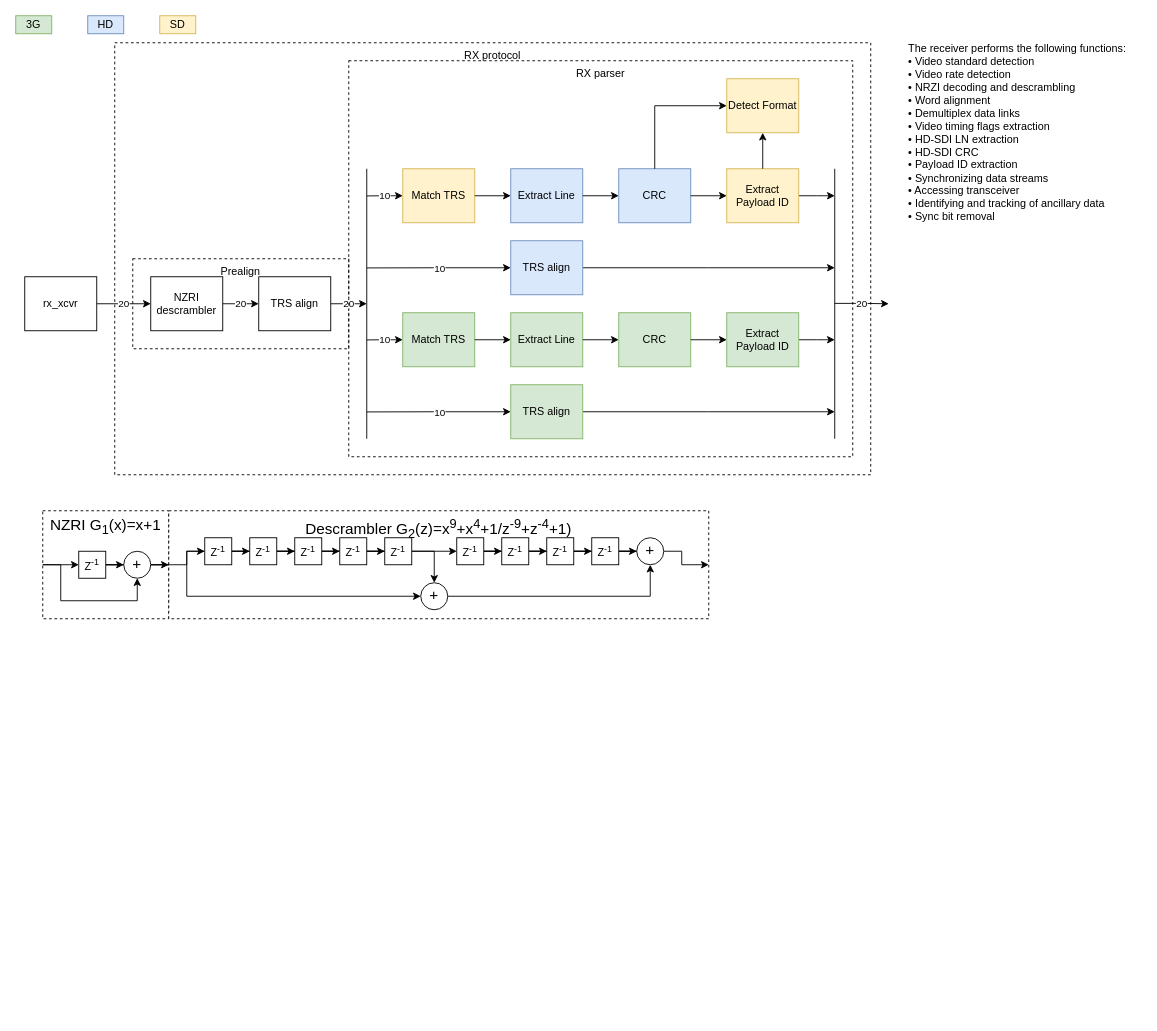
GedSid/SDI keeps this draw.io diagram as page "rx" (2 of 4) of doc/SDI.drawio. Above is the earlier version. Source tidied: cells renumbered, new cells numbered last; positions are measured from the earlier drawing's top-left corner, leaving out a move shared by most shapes. Both pictures are drawn from the tidied source at 90%, with x=0, y=0 at pixel (15, 15).
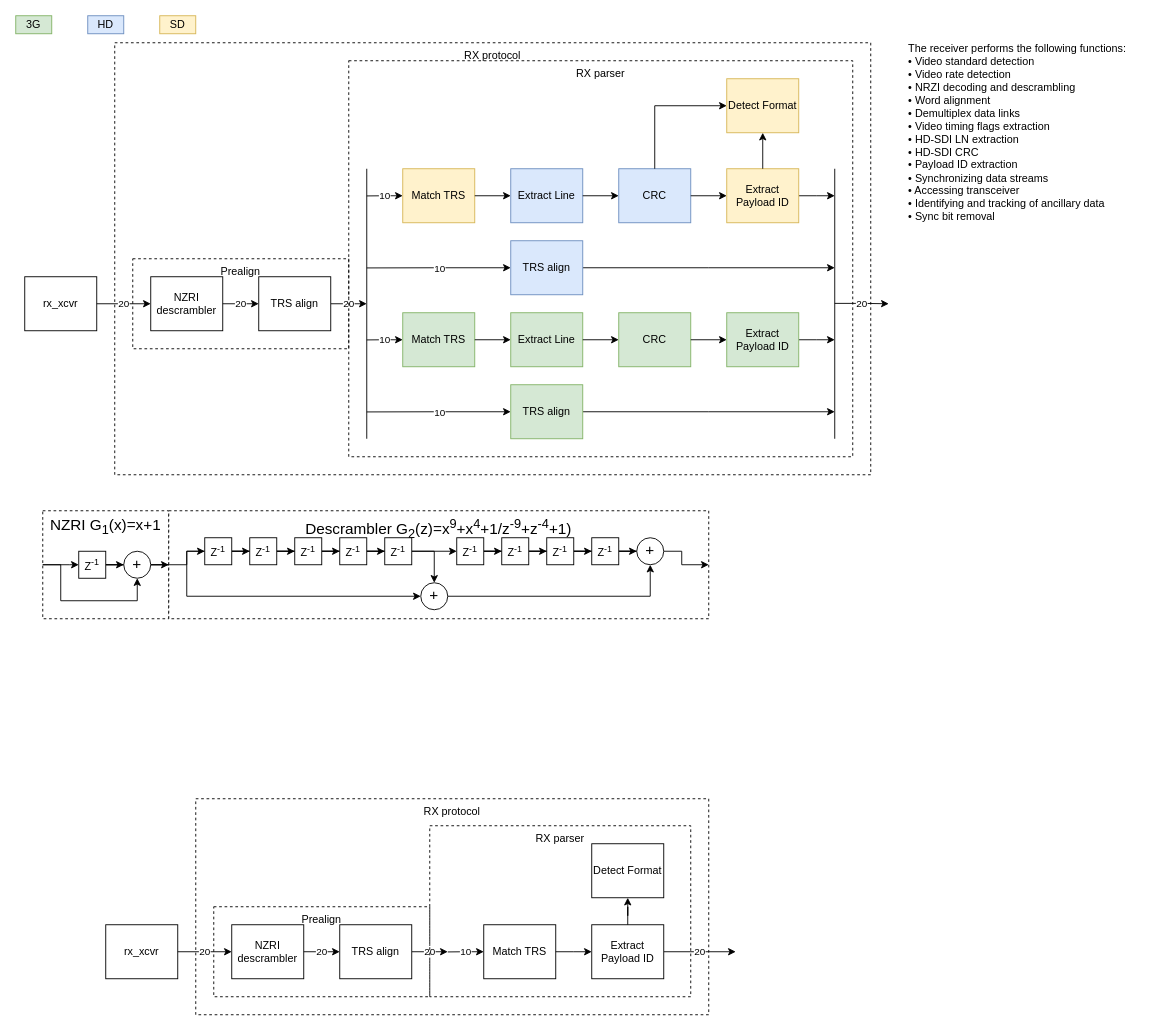
After the change.

What changed in the source:
```diff
@@
+    <mxCell id="80" value="RX protocol" style="rounded=0;whiteSpace=wrap;html=1;fillColor=none;dashed=1;verticalAlign=top;" parent="1" vertex="1">
+      <mxGeometry x="200" y="870" width="570" height="240" as="geometry" />
+    </mxCell>
+    <mxCell id="81" value="rx_xcvr" style="rounded=0;whiteSpace=wrap;html=1;" parent="1" vertex="1">
+      <mxGeometry x="100" y="1010" width="80" height="60" as="geometry" />
+    </mxCell>
+    <mxCell id="82" style="group;" parent="1" vertex="1">
+      <mxGeometry x="220" y="990" width="260" height="100" as="geometry" />
+    </mxCell>
+    <mxCell id="83" value="Prealign" style="rounded=0;whiteSpace=wrap;html=1;fillColor=none;dashed=1;verticalAlign=top;" parent="82" vertex="1">
+      <mxGeometry width="240" height="100" as="geometry" />
+    </mxCell>
+    <mxCell id="84" value="NZRI descrambler" style="rounded=0;whiteSpace=wrap;html=1;" parent="82" vertex="1">
+      <mxGeometry x="20" y="20" width="80" height="60" as="geometry" />
+    </mxCell>
+    <mxCell id="85" value="20" style="edgeStyle=orthogonalEdgeStyle;rounded=0;jettySize=auto;html=1;" parent="82" edge="1" source="86">
+      <mxGeometry relative="1" as="geometry">
+        <mxPoint x="260" y="50" as="targetPoint" />
+      </mxGeometry>
+    </mxCell>
+    <mxCell id="86" value="TRS align" style="rounded=0;whiteSpace=wrap;html=1;" parent="82" vertex="1">
+      <mxGeometry x="140" y="20" width="80" height="60" as="geometry" />
+    </mxCell>
+    <mxCell id="87" value="20" style="edgeStyle=orthogonalEdgeStyle;rounded=0;jettySize=auto;html=1;" parent="82" edge="1" source="84" target="86">
+      <mxGeometry relative="1" as="geometry" />
+    </mxCell>
+    <mxCell id="88" value="20" style="edgeStyle=orthogonalEdgeStyle;rounded=0;jettySize=auto;html=1;" parent="1" edge="1" source="81" target="84">
+      <mxGeometry relative="1" as="geometry" />
+    </mxCell>
+    <mxCell id="89" value="RX parser" style="rounded=0;whiteSpace=wrap;html=1;fillColor=none;dashed=1;verticalAlign=top;" parent="1" vertex="1">
+      <mxGeometry x="460" y="900" width="290" height="190" as="geometry" />
+    </mxCell>
+    <mxCell id="90" value="10" style="edgeStyle=orthogonalEdgeStyle;rounded=0;jettySize=auto;html=1;exitX=0;exitY=0.5;exitDx=0;exitDy=0;startArrow=classic;startFill=1;endArrow=none;endFill=0;" parent="1" edge="1" source="91">
+      <mxGeometry relative="1" as="geometry">
+        <mxPoint x="480" y="1040.2" as="targetPoint" />
+      </mxGeometry>
+    </mxCell>
+    <mxCell id="91" value="Match TRS" style="rounded=0;whiteSpace=wrap;html=1;" parent="1" vertex="1">
+      <mxGeometry x="520" y="1010" width="80" height="60" as="geometry" />
+    </mxCell>
+    <mxCell id="92" style="edgeStyle=orthogonalEdgeStyle;rounded=0;jettySize=auto;html=1;startArrow=none;startFill=0;endArrow=classic;endFill=1;" parent="1" edge="1" source="91">
+      <mxGeometry relative="1" as="geometry">
+        <mxPoint x="640" y="1040" as="targetPoint" />
+      </mxGeometry>
+    </mxCell>
+    <mxCell id="93" value="20" style="edgeStyle=orthogonalEdgeStyle;rounded=0;jettySize=auto;html=1;exitX=1;exitY=0.5;exitDx=0;exitDy=0;startArrow=none;startFill=0;endArrow=classic;endFill=1;" parent="1" edge="1" source="94">
+      <mxGeometry relative="1" as="geometry">
+        <mxPoint x="800" y="1040" as="targetPoint" />
+      </mxGeometry>
+    </mxCell>
+    <mxCell id="94" value="Extract Payload ID" style="rounded=0;whiteSpace=wrap;html=1;" parent="1" vertex="1">
+      <mxGeometry x="640" y="1010" width="80" height="60" as="geometry" />
+    </mxCell>
+    <mxCell id="95" value="Detect Format" style="rounded=0;whiteSpace=wrap;html=1;" parent="1" vertex="1">
+      <mxGeometry x="640" y="920" width="80" height="60" as="geometry" />
+    </mxCell>
+    <mxCell id="96" style="edgeStyle=orthogonalEdgeStyle;rounded=0;jettySize=auto;html=1;startArrow=none;startFill=0;endArrow=classic;endFill=1;" parent="1" edge="1" source="94" target="95">
+      <mxGeometry relative="1" as="geometry" />
+    </mxCell>
```
